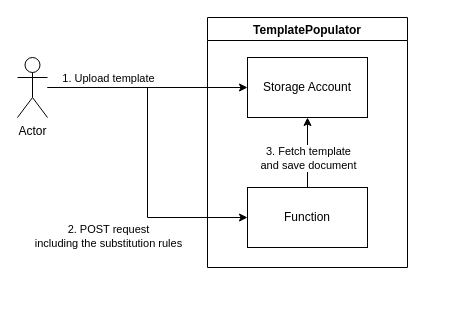
MHarland/TemplatePopulator keeps this draw.io diagram as docs/context.drawio. Above is the earlier version. Source tidied: cells renumbered, new cells numbered last; positions are measured from the earlier drawing's top-left corner, leaving out a move shared by most shapes. Both pictures are drawn from the tidied source at 100%, with x=0, y=0 at pixel (17, 17).
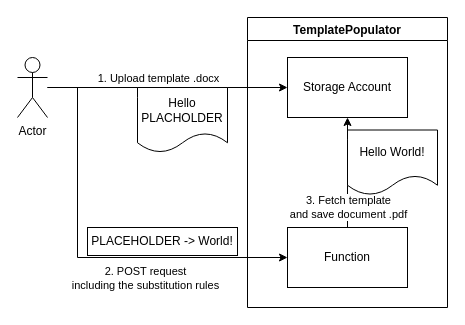
The same page after the edit.

Change to the diagram source:
```diff
@@
 <mxGraphModel>
   <root>
     <mxCell id="0" />
     <mxCell id="1" parent="0" />
     <mxCell id="2" style="edgeStyle=orthogonalEdgeStyle;rounded=0;jettySize=auto;html=1;entryX=0;entryY=0.5;entryDx=0;entryDy=0;" parent="1" edge="1" source="6" target="8">
       <mxGeometry relative="1" as="geometry" />
     </mxCell>
-    <mxCell id="3" value="1. Upload template" style="edgeLabel;html=1;align=center;verticalAlign=middle;" parent="2" vertex="1">
+    <mxCell id="3" value="1. Upload template .docx" style="edgeLabel;html=1;align=center;verticalAlign=middle;" parent="2" vertex="1">
       <mxGeometry x="-0.65" y="2" relative="1" as="geometry">
-        <mxPoint x="25" y="-8" as="offset" />
+        <mxPoint x="68" y="-8" as="offset" />
       </mxGeometry>
     </mxCell>
     <mxCell id="4" style="edgeStyle=orthogonalEdgeStyle;rounded=0;jettySize=auto;html=1;entryX=0;entryY=0.5;entryDx=0;entryDy=0;" parent="1" edge="1" source="6" target="11">
-      <mxGeometry relative="1" as="geometry" />
+      <mxGeometry relative="1" as="geometry">
+        <Array as="points">
+          <mxPoint x="60" y="70" />
+          <mxPoint x="60" y="240" />
+        </Array>
+      </mxGeometry>
     </mxCell>
     <mxCell id="5" value="2. POST request&lt;br&gt;including the substitution rules" style="edgeLabel;html=1;align=center;verticalAlign=middle;" parent="4" vertex="1">
       <mxGeometry x="0.37" y="2" relative="1" as="geometry">
-        <mxPoint x="-42" y="22" as="offset" />
+        <mxPoint x="-14" y="22" as="offset" />
       </mxGeometry>
     </mxCell>
     <mxCell id="6" value="Actor" style="shape=umlActor;verticalLabelPosition=bottom;verticalAlign=top;html=1;outlineConnect=0;" parent="1" vertex="1">
       <mxGeometry y="40" width="30" height="60" as="geometry" />
     </mxCell>
     <mxCell id="7" value="TemplatePopulator" style="swimlane;" parent="1" vertex="1">
-      <mxGeometry x="190" width="200" height="250" as="geometry" />
+      <mxGeometry x="230" width="200" height="290" as="geometry" />
     </mxCell>
     <mxCell id="8" value="Storage Account" style="rounded=0;whiteSpace=wrap;html=1;" parent="7" vertex="1">
       <mxGeometry x="40" y="40" width="120" height="60" as="geometry" />
     </mxCell>
     <mxCell id="9" style="edgeStyle=orthogonalEdgeStyle;rounded=0;jettySize=auto;html=1;entryX=0.5;entryY=1;entryDx=0;entryDy=0;" parent="7" edge="1" source="11" target="8">
       <mxGeometry relative="1" as="geometry" />
     </mxCell>
-    <mxCell id="10" value="3. Fetch template&lt;br&gt;and save document" style="edgeLabel;html=1;align=center;verticalAlign=middle;" parent="9" vertex="1">
+    <mxCell id="10" value="3. Fetch template&lt;br&gt;and save document .pdf" style="edgeLabel;html=1;align=center;verticalAlign=middle;" parent="9" vertex="1">
       <mxGeometry x="0.12" relative="1" as="geometry">
-        <mxPoint y="9" as="offset" />
+        <mxPoint y="41" as="offset" />
       </mxGeometry>
     </mxCell>
     <mxCell id="11" value="Function" style="rounded=0;whiteSpace=wrap;html=1;" parent="7" vertex="1">
-      <mxGeometry x="40" y="170" width="120" height="60" as="geometry" />
+      <mxGeometry x="40" y="210" width="120" height="60" as="geometry" />
     </mxCell>
+    <mxCell id="12" value="Hello World!" style="shape=document;whiteSpace=wrap;html=1;boundedLbl=1;" parent="7" vertex="1">
+      <mxGeometry x="100" y="112.5" width="90" height="65" as="geometry" />
+    </mxCell>
+    <mxCell id="13" value="Hello PLACHOLDER" style="shape=document;whiteSpace=wrap;html=1;boundedLbl=1;" parent="1" vertex="1">
+      <mxGeometry x="120" y="70" width="90" height="65" as="geometry" />
+    </mxCell>
+    <mxCell id="14" value="PLACEHOLDER -&amp;gt; World!" style="rounded=0;whiteSpace=wrap;html=1;" parent="1" vertex="1">
+      <mxGeometry x="70" y="210" width="150" height="28" as="geometry" />
+    </mxCell>
   </root>
 </mxGraphModel>
```
